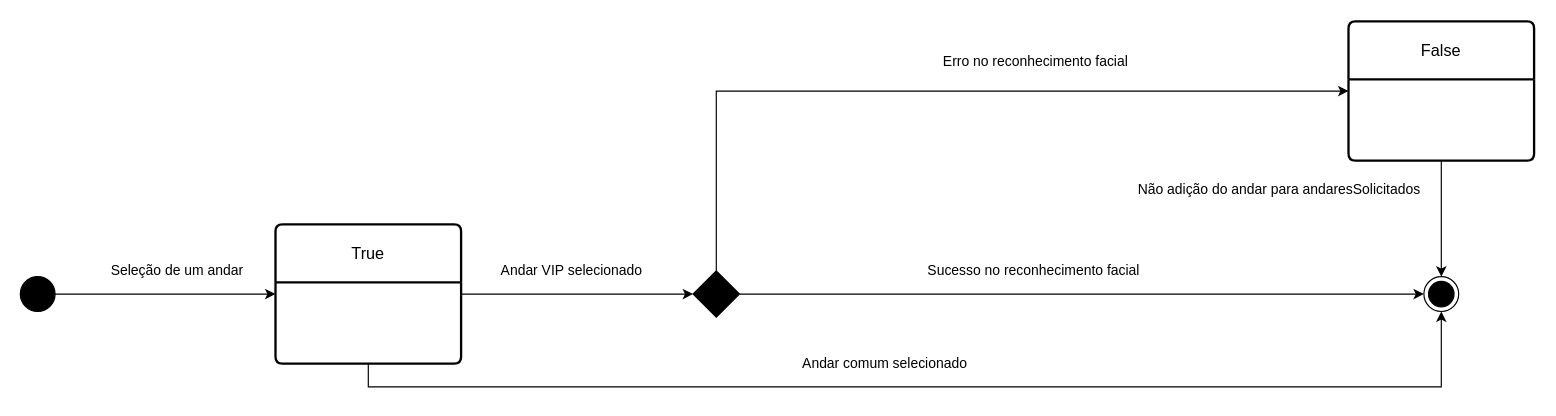
Above: Permissao.drawio in joca2511/projElevadorUML (draw.io), before the change. Source tidied: cells renumbered, new cells numbered last; positions are measured from the earlier drawing's top-left corner, leaving out a move shared by most shapes. Both pictures are drawn from the tidied source at 116%, with x=0, y=0 at pixel (20, 21).
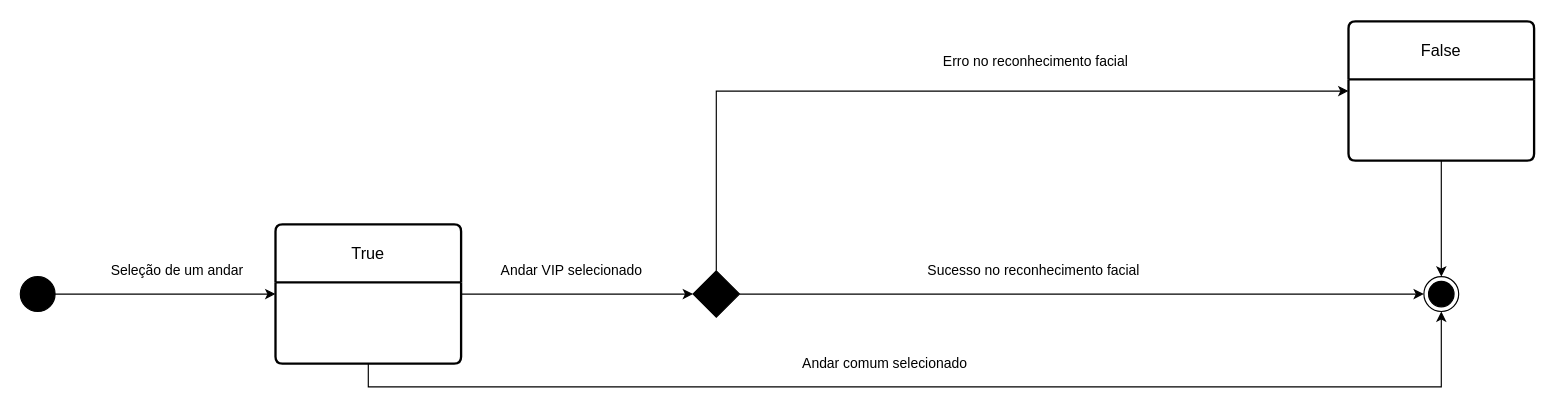
After the change.

Diff of the diagram source:
```diff
@@
 <mxGraphModel>
   <root>
     <mxCell id="0" />
     <mxCell id="1" parent="0" />
     <mxCell id="2" style="edgeStyle=orthogonalEdgeStyle;rounded=0;jettySize=auto;html=1;exitX=1;exitY=0.5;exitDx=0;exitDy=0;entryX=0;entryY=0.5;entryDx=0;entryDy=0;" parent="1" edge="1" source="3" target="6">
       <mxGeometry relative="1" as="geometry" />
     </mxCell>
     <mxCell id="3" style="ellipse;fillColor=strokeColor;html=1;" parent="1" vertex="1">
       <mxGeometry y="220" width="30" height="30" as="geometry" />
     </mxCell>
     <mxCell id="4" style="edgeStyle=orthogonalEdgeStyle;rounded=0;jettySize=auto;html=1;exitX=1;exitY=0.5;exitDx=0;exitDy=0;entryX=0;entryY=0.5;entryDx=0;entryDy=0;" parent="1" edge="1" source="6" target="12">
       <mxGeometry relative="1" as="geometry" />
     </mxCell>
     <mxCell id="5" style="edgeStyle=orthogonalEdgeStyle;rounded=0;jettySize=auto;html=1;exitX=0.5;exitY=1;exitDx=0;exitDy=0;entryX=0.5;entryY=1;entryDx=0;entryDy=0;" parent="1" edge="1" source="6" target="14">
       <mxGeometry relative="1" as="geometry" />
     </mxCell>
     <mxCell id="6" value="True" style="swimlane;horizontal=1;startSize=50;rounded=1;fontSize=14;fontStyle=0;strokeWidth=2;shadow=0;dashed=0;align=center;arcSize=4;whiteSpace=wrap;html=1;" parent="1" vertex="1">
       <mxGeometry x="220" y="175" width="160" height="120" as="geometry" />
     </mxCell>
     <mxCell id="7" value="Seleção de um andar" style="text;html=1;align=center;verticalAlign=middle;strokeColor=none;fillColor=none;" parent="1" vertex="1">
       <mxGeometry x="65" y="200" width="140" height="30" as="geometry" />
     </mxCell>
     <mxCell id="8" style="edgeStyle=orthogonalEdgeStyle;rounded=0;jettySize=auto;html=1;exitX=0.5;exitY=1;exitDx=0;exitDy=0;entryX=0.5;entryY=0;entryDx=0;entryDy=0;" parent="1" edge="1" source="9" target="14">
       <mxGeometry relative="1" as="geometry" />
     </mxCell>
     <mxCell id="9" value="False" style="swimlane;horizontal=1;startSize=50;rounded=1;fontSize=14;fontStyle=0;strokeWidth=2;shadow=0;dashed=0;align=center;arcSize=4;whiteSpace=wrap;html=1;" parent="1" vertex="1">
       <mxGeometry x="1145" width="160" height="120" as="geometry" />
     </mxCell>
     <mxCell id="10" style="edgeStyle=orthogonalEdgeStyle;rounded=0;jettySize=auto;html=1;exitX=0.5;exitY=0;exitDx=0;exitDy=0;entryX=0;entryY=0.5;entryDx=0;entryDy=0;" parent="1" edge="1" source="12" target="9">
       <mxGeometry relative="1" as="geometry" />
     </mxCell>
     <mxCell id="11" style="edgeStyle=orthogonalEdgeStyle;rounded=0;jettySize=auto;html=1;exitX=1;exitY=0.5;exitDx=0;exitDy=0;entryX=0;entryY=0.5;entryDx=0;entryDy=0;" parent="1" edge="1" source="12" target="14">
       <mxGeometry relative="1" as="geometry" />
     </mxCell>
     <mxCell id="12" style="rhombus;whiteSpace=wrap;html=1;fillColor=#000000;" parent="1" vertex="1">
       <mxGeometry x="580" y="215" width="40" height="40" as="geometry" />
     </mxCell>
     <mxCell id="13" value="Andar VIP selecionado" style="text;html=1;align=center;verticalAlign=middle;strokeColor=none;fillColor=none;" parent="1" vertex="1">
       <mxGeometry x="400" y="200" width="150" height="30" as="geometry" />
     </mxCell>
     <mxCell id="14" style="ellipse;html=1;shape=endState;fillColor=strokeColor;" parent="1" vertex="1">
       <mxGeometry x="1210" y="220" width="30" height="30" as="geometry" />
     </mxCell>
     <mxCell id="15" value="Erro no reconhecimento facial" style="text;html=1;align=center;verticalAlign=middle;strokeColor=none;fillColor=none;" parent="1" vertex="1">
       <mxGeometry x="785" y="20" width="180" height="30" as="geometry" />
     </mxCell>
     <mxCell id="16" value="Sucesso no reconhecimento facial&amp;nbsp;" style="text;html=1;align=center;verticalAlign=middle;strokeColor=none;fillColor=none;" parent="1" vertex="1">
       <mxGeometry x="770" y="200" width="210" height="30" as="geometry" />
     </mxCell>
-    <mxCell id="17" value="Não adição do andar para andaresSolicitados" style="text;html=1;align=center;verticalAlign=middle;strokeColor=none;fillColor=none;" parent="1" vertex="1">
-      <mxGeometry x="950" y="130" width="270" height="30" as="geometry" />
-    </mxCell>
     <mxCell id="18" value="Andar comum selecionado" style="text;html=1;align=center;verticalAlign=middle;strokeColor=none;fillColor=none;" parent="1" vertex="1">
       <mxGeometry x="660" y="280" width="170" height="30" as="geometry" />
     </mxCell>
   </root>
 </mxGraphModel>
```
